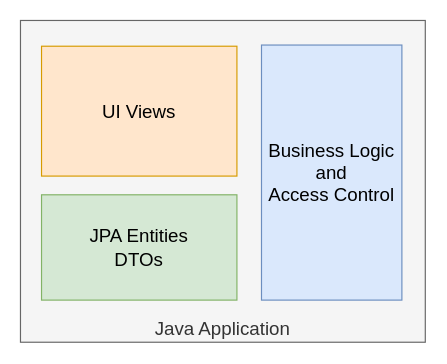
Earlier version of the draw.io diagram page "principles-model-2" (4 of 14) of content/modules/concepts/diagrams/features.drawio (jmix-framework/jmix-docs). Source tidied: cells renumbered, new cells numbered last; positions are measured from the earlier drawing's top-left corner, leaving out a move shared by most shapes. Both pictures are drawn from the tidied source at 117%, with x=0, y=0 at pixel (20, 20).
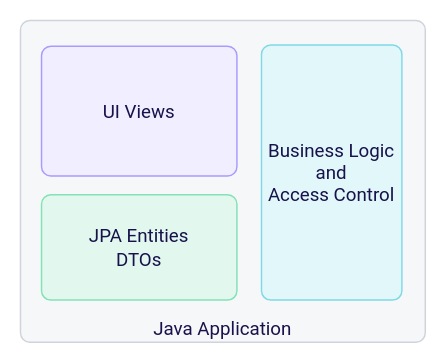
The same page after the edit.

What changed in the source:
```diff
@@
 <mxGraphModel>
   <root>
     <mxCell id="0" />
     <mxCell id="1" parent="0" />
-    <mxCell id="2" value="Java Application" style="rounded=0;whiteSpace=wrap;html=1;fontSize=16;verticalAlign=bottom;align=center;fillColor=#f5f5f5;fontColor=#333333;strokeColor=#666666;" parent="1" vertex="1">
+    <mxCell id="2" value="Java Application" style="rounded=1;whiteSpace=wrap;html=1;fontSize=16;verticalAlign=bottom;align=center;fillColor=#f6f7f9;fontColor=#17124b;strokeColor=#cfd3da;fontFamily=Roboto, Helvetica, Arial;strokeWidth=1.25;absoluteArcSize=1;arcSize=16;" parent="1" vertex="1">
       <mxGeometry width="346" height="275" as="geometry" />
     </mxCell>
-    <mxCell id="3" value="JPA Entities&lt;br&gt;DTOs" style="rounded=0;whiteSpace=wrap;html=1;fontSize=16;fillColor=#d5e8d4;strokeColor=#82b366;" parent="1" vertex="1">
+    <mxCell id="3" value="JPA Entities&lt;br&gt;DTOs" style="rounded=1;whiteSpace=wrap;html=1;fontSize=16;fillColor=#e2f8ee;strokeColor=#83e2b6;fontFamily=Roboto, Helvetica, Arial;fontColor=#17124b;strokeWidth=1.25;absoluteArcSize=1;arcSize=16;" parent="1" vertex="1">
       <mxGeometry x="18" y="149" width="167" height="90" as="geometry" />
     </mxCell>
-    <mxCell id="4" value="UI Views" style="rounded=0;whiteSpace=wrap;html=1;fontSize=16;fillColor=#ffe6cc;strokeColor=#d79b00;" parent="1" vertex="1">
+    <mxCell id="4" value="UI Views" style="rounded=1;whiteSpace=wrap;html=1;fontSize=16;fillColor=#f0eeff;strokeColor=#a99bff;fontFamily=Roboto, Helvetica, Arial;fontColor=#17124b;strokeWidth=1.25;absoluteArcSize=1;arcSize=16;" parent="1" vertex="1">
       <mxGeometry x="18" y="22" width="167" height="111" as="geometry" />
     </mxCell>
-    <mxCell id="5" value="Business Logic and &lt;br&gt;Access Control" style="rounded=0;whiteSpace=wrap;html=1;fontSize=16;fillColor=#dae8fc;strokeColor=#6c8ebf;" parent="1" vertex="1">
+    <mxCell id="5" value="Business Logic and &lt;br&gt;Access Control" style="rounded=1;whiteSpace=wrap;html=1;fontSize=16;fillColor=#e2f7fa;strokeColor=#7fd9e6;fontFamily=Roboto, Helvetica, Arial;fontColor=#17124b;strokeWidth=1.25;absoluteArcSize=1;arcSize=16;" parent="1" vertex="1">
       <mxGeometry x="206" y="21" width="120" height="218" as="geometry" />
     </mxCell>
   </root>
 </mxGraphModel>
```
